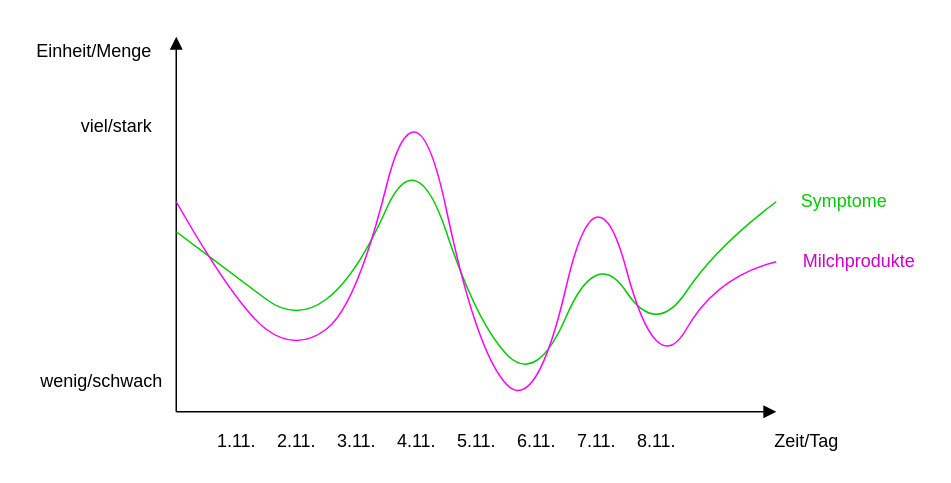
Above: Statistics.drawio in FrauMauz/diagrams (draw.io), before the change. Source tidied: cells renumbered, new cells numbered last; positions are measured from the earlier drawing's top-left corner, leaving out a move shared by most shapes. Both pictures are drawn from the tidied source at 150%, with x=0, y=0 at pixel (26, 36).
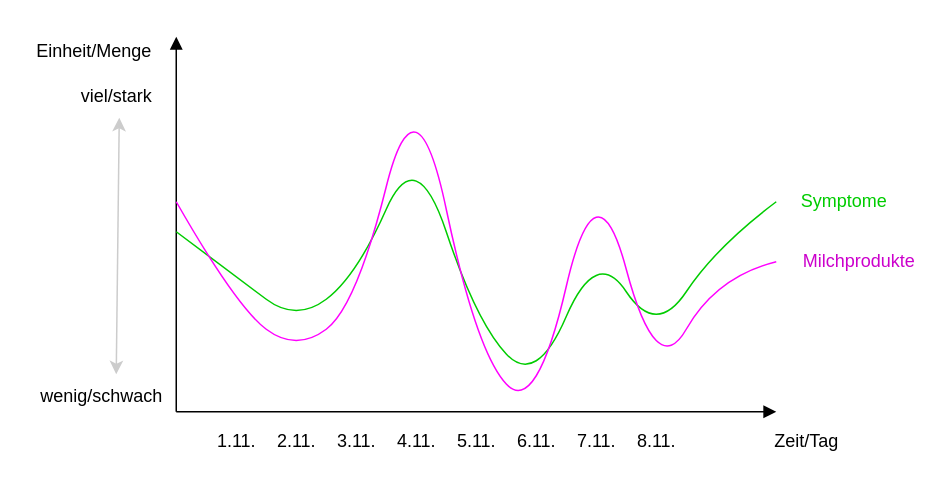
Above is the later version.

Change to the diagram source:
```diff
@@
     <mxCell id="18" value="wenig/schwach" style="text;html=1;align=center;verticalAlign=middle;points=[];" parent="1" vertex="1">
-      <mxGeometry y="220" width="100" height="20" as="geometry" />
+      <mxGeometry y="230" width="100" height="20" as="geometry" />
     </mxCell>
     <mxCell id="19" value="viel/stark" style="text;html=1;align=center;verticalAlign=middle;" parent="1" vertex="1">
-      <mxGeometry x="30" y="50" width="60" height="20" as="geometry" />
+      <mxGeometry x="30" y="30" width="60" height="20" as="geometry" />
     </mxCell>
+    <mxCell id="20" style="endArrow=classic;startArrow=classic;html=1;exitX=0.6;exitY=-0.25;exitDx=0;exitDy=0;exitPerimeter=0;strokeColor=#CCCCCC;" parent="1" edge="1" source="18">
+      <mxGeometry relative="1" as="geometry">
+        <mxPoint x="62" y="54" as="targetPoint" />
+      </mxGeometry>
+    </mxCell>
```
